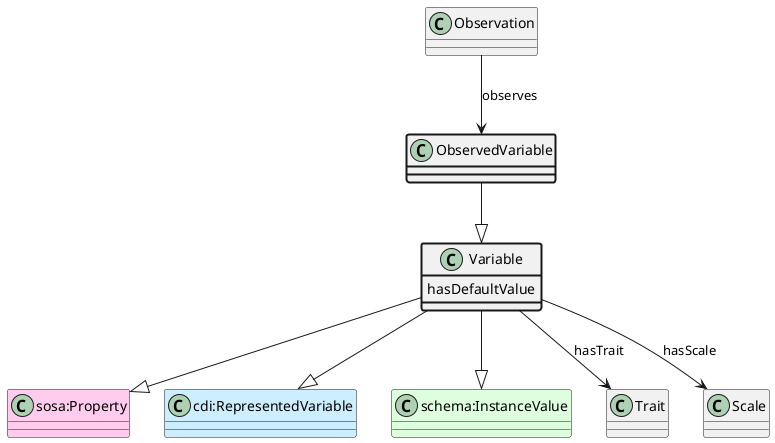
aus-plant-phenomics-network/appn-schema keeps this PlantUML diagram as ttl_uml/ttl_appn_ObservedVariable.png. Above is the earlier version.
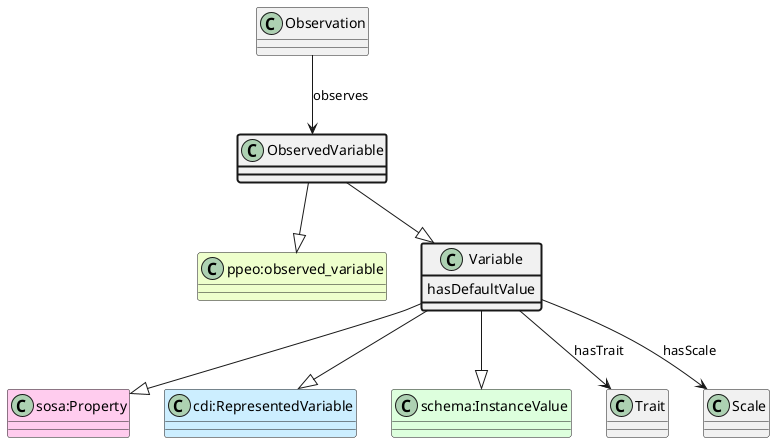
After the change.

The edit, as a diff of the source:
```diff
@@ -1,5 +1,7 @@
 @startuml
 class ObservedVariable  #line.bold
+class "ppeo:observed_variable" #EEFFCC
+ObservedVariable --|> "ppeo:observed_variable"
 class Variable
 class "sosa:Property" #FFCCEE
 Variable --|> "sosa:Property"
```
